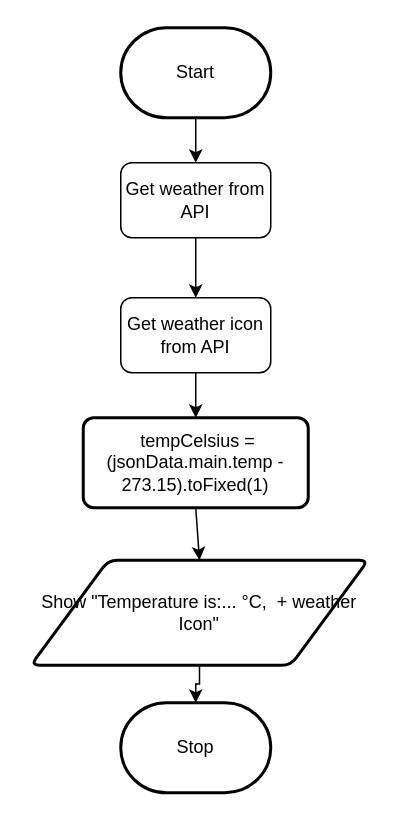
Before: design/flowchart.drawio in MTHS-ICD2O-1-2024/ICD2O-Unit-6-03-Adrina-peighambarzadeh, a draw.io diagram. Source tidied: cells renumbered, new cells numbered last; positions are measured from the earlier drawing's top-left corner, leaving out a move shared by most shapes. Both pictures are drawn from the tidied source at 150%, with x=0, y=0 at pixel (30, 27).
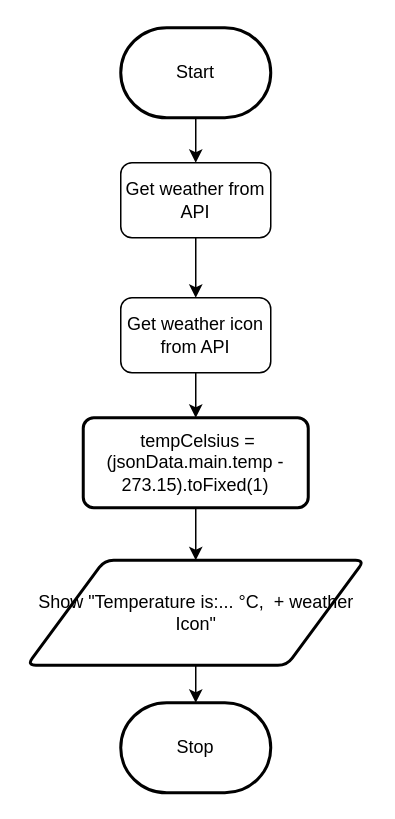
The same diagram, later.

Change to the diagram source:
```diff
@@
 <mxGraphModel>
   <root>
     <mxCell id="0" />
     <mxCell id="1" parent="0" />
     <mxCell id="2" style="edgeStyle=none;html=1;" parent="1" edge="1" source="12" target="10">
       <mxGeometry relative="1" as="geometry" />
     </mxCell>
     <mxCell id="3" value="Start" style="strokeWidth=2;html=1;shape=mxgraph.flowchart.terminator;whiteSpace=wrap;" parent="1" vertex="1">
       <mxGeometry x="60" width="100" height="60" as="geometry" />
     </mxCell>
     <mxCell id="4" value="Stop" style="strokeWidth=2;html=1;shape=mxgraph.flowchart.terminator;whiteSpace=wrap;" parent="1" vertex="1">
       <mxGeometry x="60" y="450" width="100" height="60" as="geometry" />
     </mxCell>
     <mxCell id="5" style="edgeStyle=none;html=1;exitX=0.5;exitY=1;exitDx=0;exitDy=0;entryX=0.5;entryY=0;entryDx=0;entryDy=0;" parent="1" edge="1" target="9">
       <mxGeometry relative="1" as="geometry">
         <mxPoint x="110" y="220" as="sourcePoint" />
       </mxGeometry>
     </mxCell>
-    <mxCell id="6" style="edgeStyle=orthogonalEdgeStyle;shape=connector;curved=0;rounded=0;html=1;exitX=0.5;exitY=1;exitDx=0;exitDy=0;strokeColor=default;align=center;verticalAlign=middle;fontFamily=Helvetica;fontSize=11;fontColor=default;labelBackgroundColor=default;endArrow=classic;" parent="1" edge="1" source="7" target="4">
+    <mxCell id="6" style="shape=connector;rounded=0;html=1;exitX=0.5;exitY=1;exitDx=0;exitDy=0;strokeColor=default;align=center;verticalAlign=middle;fontFamily=Helvetica;fontSize=11;fontColor=default;labelBackgroundColor=default;endArrow=classic;" parent="1" edge="1" source="7" target="4">
       <mxGeometry relative="1" as="geometry" />
     </mxCell>
     <mxCell id="7" value="Show &quot;Temperature is:...&amp;nbsp;°C,&amp;nbsp; + weather Icon&quot;" style="shape=parallelogram;html=1;strokeWidth=2;perimeter=parallelogramPerimeter;whiteSpace=wrap;rounded=1;arcSize=12;size=0.23;" parent="1" vertex="1">
-      <mxGeometry y="355" width="225" height="70" as="geometry" />
+      <mxGeometry x="-2.5" y="355" width="225" height="70" as="geometry" />
     </mxCell>
     <mxCell id="8" style="edgeStyle=none;html=1;exitX=0.5;exitY=1;exitDx=0;exitDy=0;entryX=0.5;entryY=0;entryDx=0;entryDy=0;" parent="1" edge="1" source="9" target="7">
       <mxGeometry relative="1" as="geometry" />
     </mxCell>
     <mxCell id="9" value="&lt;div&gt;&lt;font color=&quot;#000000&quot;&gt;&amp;nbsp;tempCelsius = (jsonData.main.temp - 273.15).toFixed(1)&lt;/font&gt;&lt;/div&gt;" style="rounded=1;whiteSpace=wrap;html=1;absoluteArcSize=1;arcSize=14;strokeWidth=2;" parent="1" vertex="1">
       <mxGeometry x="35" y="260" width="150" height="60" as="geometry" />
     </mxCell>
     <mxCell id="10" value="Get weather icon&lt;div&gt;from API&lt;/div&gt;" style="html=1;dashed=0;whiteSpace=wrap;rounded=1;" parent="1" vertex="1">
       <mxGeometry x="60" y="180" width="100" height="50" as="geometry" />
     </mxCell>
     <mxCell id="11" style="edgeStyle=none;html=1;" parent="1" edge="1" source="3" target="12">
       <mxGeometry relative="1" as="geometry" />
     </mxCell>
     <mxCell id="12" value="Get weather from API" style="html=1;dashed=0;whiteSpace=wrap;rounded=1;" parent="1" vertex="1">
       <mxGeometry x="60" y="90" width="100" height="50" as="geometry" />
     </mxCell>
   </root>
 </mxGraphModel>
```
